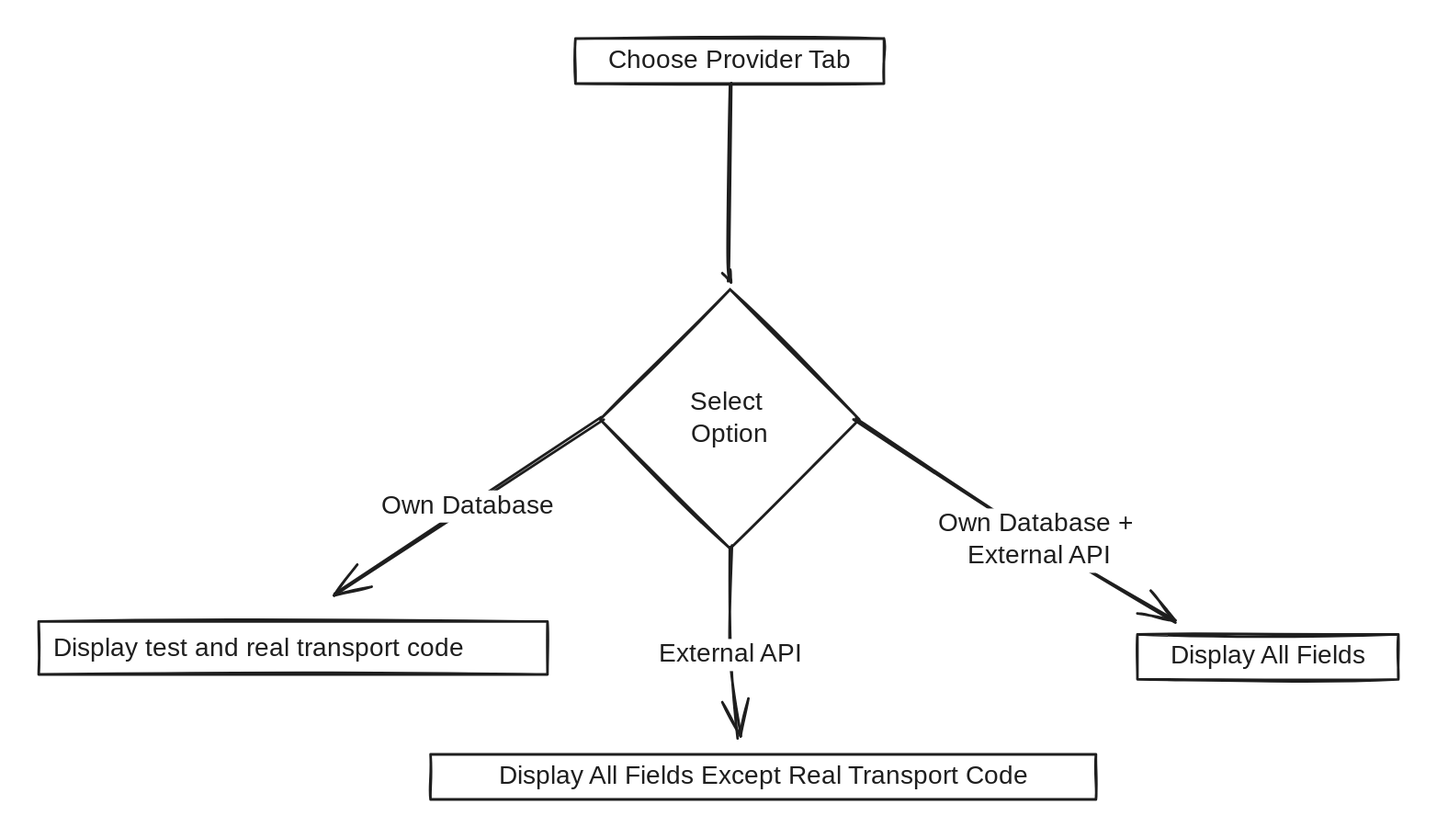
The Excalidraw diagram .gitbook/assets/file.excalidraw.svg in supporttpq/docs360, before a commit. Source tidied: one line per element, renumbered; positions are measured from the earlier drawing's top-left corner, leaving out a move shared by most shapes. Its diagram source:
```json
{"id": 0, "type": "rectangle", "strokeColor": "#1e1e1e", "strokeWidth": 2, "roughness": 1, "x": 417, "y": 0, "width": 240, "height": 35}
{"id": 1, "type": "diamond", "strokeColor": "#1e1e1e", "strokeWidth": 2, "roughness": 1, "x": 437, "y": 195, "width": 201, "height": 201}
{"id": 2, "type": "rectangle", "strokeColor": "#1e1e1e", "strokeWidth": 2, "roughness": 1, "x": 305, "y": 556, "width": 517, "height": 35}
{"id": 3, "type": "rectangle", "strokeColor": "#1e1e1e", "strokeWidth": 2, "roughness": 1, "x": 854, "y": 463, "width": 203, "height": 35}
{"id": 4, "type": "arrow", "strokeColor": "#1e1e1e", "strokeWidth": 2, "roughness": 1, "endArrowhead": "arrow", "round": true, "from": 0, "to": 1, "x": 538, "y": 36, "width": 0, "height": 155, "points": [[0, 0], [0, 134], [-1, 154]]}
{"id": 5, "type": "arrow", "strokeColor": "#1e1e1e", "strokeWidth": 2, "roughness": 1, "endArrowhead": "arrow", "round": true, "from": 1, "to": 2, "x": 538, "y": 396, "width": 7, "height": 147, "points": [[0, 0], [0, 83], [6, 147]]}
{"id": 6, "type": "arrow", "strokeColor": "#1e1e1e", "strokeWidth": 2, "roughness": 1, "endArrowhead": "arrow", "round": true, "to": 3, "x": 634, "y": 296, "width": 249, "height": 157, "points": [[0, 0], [144, 95], [249, 157]]}
{"id": 7, "type": "text", "text": "Choose Provider Tab", "strokeColor": "#1e1e1e", "strokeWidth": 2, "roughness": 1, "fontSize": 20, "fontFamily": 1, "textAlign": "center", "verticalAlign": "middle", "inside": 0, "x": 435, "y": 5, "width": 205, "height": 25}
{"id": 8, "type": "text", "text": "Select \nOption", "strokeColor": "#1e1e1e", "strokeWidth": 2, "roughness": 1, "fontSize": 20, "fontFamily": 1, "textAlign": "center", "verticalAlign": "middle", "inside": 1, "x": 502, "y": 271, "width": 71, "height": 50}
{"id": 9, "type": "text", "text": "Display All Fields Except Real Transport Code", "strokeColor": "#1e1e1e", "strokeWidth": 2, "roughness": 1, "fontSize": 20, "fontFamily": 1, "textAlign": "center", "verticalAlign": "middle", "inside": 2, "x": 332, "y": 561, "width": 462, "height": 25}
{"id": 10, "type": "text", "text": "Display All Fields", "strokeColor": "#1e1e1e", "strokeWidth": 2, "roughness": 1, "fontSize": 20, "fontFamily": 1, "textAlign": "center", "verticalAlign": "middle", "inside": 3, "x": 872, "y": 468, "width": 167, "height": 25}
{"id": 11, "type": "text", "text": "External API", "strokeColor": "#1e1e1e", "strokeWidth": 2, "roughness": 1, "fontSize": 20, "fontFamily": 1, "textAlign": "center", "verticalAlign": "middle", "inside": 5, "x": 472, "y": 467, "width": 131, "height": 25}
{"id": 12, "type": "text", "text": "Own Database + \nExternal API", "strokeColor": "#1e1e1e", "strokeWidth": 2, "roughness": 1, "fontSize": 20, "fontFamily": 1, "textAlign": "center", "verticalAlign": "middle", "inside": 6, "x": 654, "y": 406, "width": 177, "height": 50}
{"id": 13, "type": "arrow", "strokeColor": "#1e1e1e", "strokeWidth": 2, "roughness": 1, "endArrowhead": "arrow", "round": true, "x": 438, "y": 295, "width": 209, "height": 137, "points": [[0, 0], [-209, 137]]}
{"id": 14, "type": "text", "text": "Own Database", "strokeColor": "#1e1e1e", "strokeWidth": 2, "roughness": 1, "fontSize": 20, "fontFamily": 1, "textAlign": "center", "verticalAlign": "middle", "inside": 13, "x": 257, "y": 355, "width": 145, "height": 25}
{"id": 15, "type": "rectangle", "strokeColor": "#1e1e1e", "strokeWidth": 2, "roughness": 1, "x": 0, "y": 453, "width": 396, "height": 41}
{"id": 16, "type": "text", "text": "Display test and real transport code ", "strokeColor": "#1e1e1e", "strokeWidth": 2, "roughness": 1, "fontSize": 20, "fontFamily": 1, "x": 11, "y": 462, "width": 383, "height": 25}
```
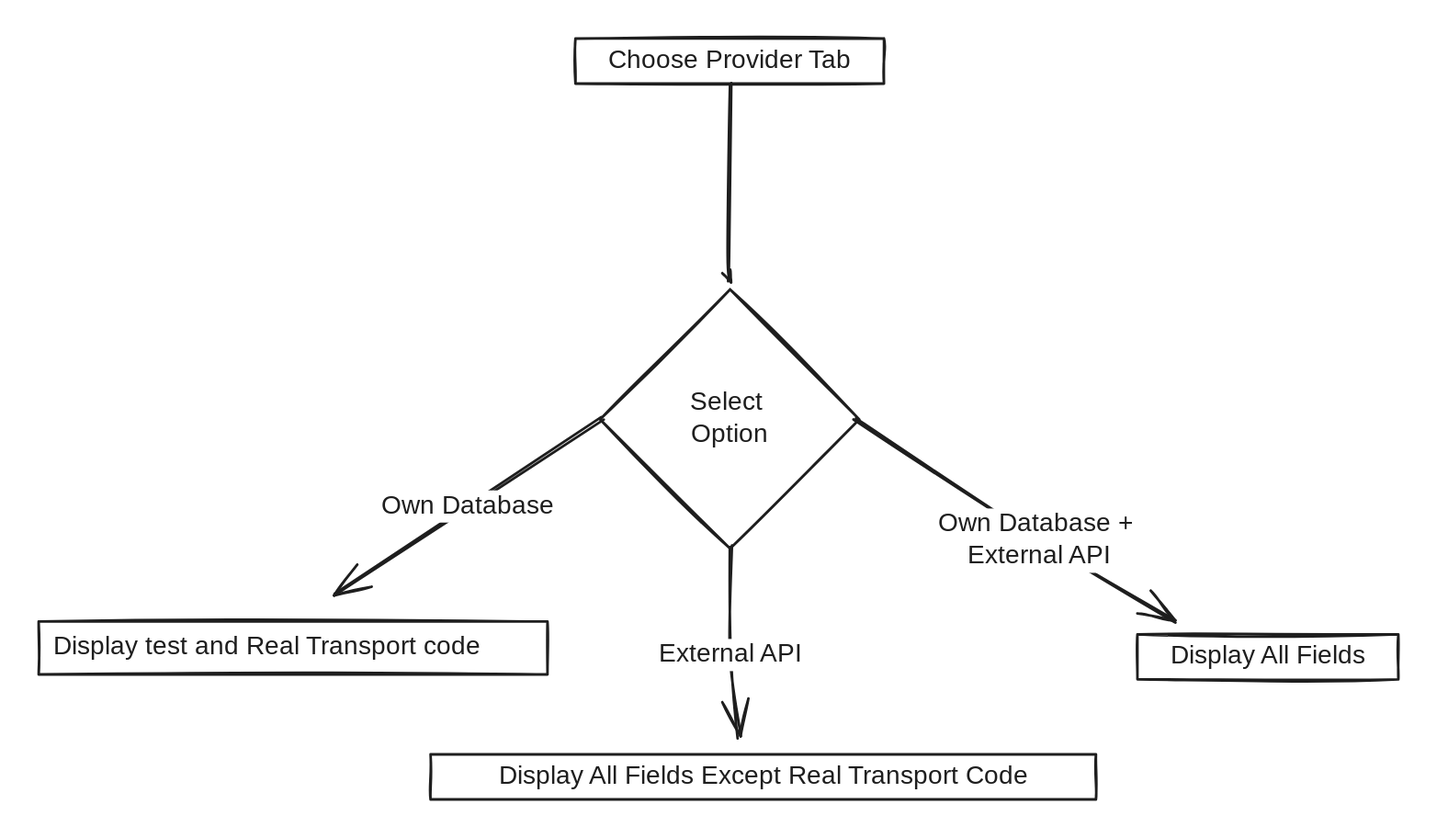
After the commit.

Commit message:
GITBOOK-709: No subject

The edit, as a diff of the source:
```diff
@@ -14,4 +14,4 @@
 {"id": 13, "type": "arrow", "strokeColor": "#1e1e1e", "strokeWidth": 2, "roughness": 1, "endArrowhead": "arrow", "round": true, "x": 438, "y": 295, "width": 209, "height": 137, "points": [[0, 0], [-209, 137]]}
 {"id": 14, "type": "text", "text": "Own Database", "strokeColor": "#1e1e1e", "strokeWidth": 2, "roughness": 1, "fontSize": 20, "fontFamily": 1, "textAlign": "center", "verticalAlign": "middle", "inside": 13, "x": 257, "y": 355, "width": 145, "height": 25}
 {"id": 15, "type": "rectangle", "strokeColor": "#1e1e1e", "strokeWidth": 2, "roughness": 1, "x": 0, "y": 453, "width": 396, "height": 41}
-{"id": 16, "type": "text", "text": "Display test and real transport code ", "strokeColor": "#1e1e1e", "strokeWidth": 2, "roughness": 1, "fontSize": 20, "fontFamily": 1, "x": 11, "y": 462, "width": 383, "height": 25}
+{"id": 16, "type": "text", "text": "Display test and Real Transport code ", "strokeColor": "#1e1e1e", "strokeWidth": 2, "roughness": 1, "fontSize": 20, "fontFamily": 1, "x": 11, "y": 461, "width": 393, "height": 25}
```
